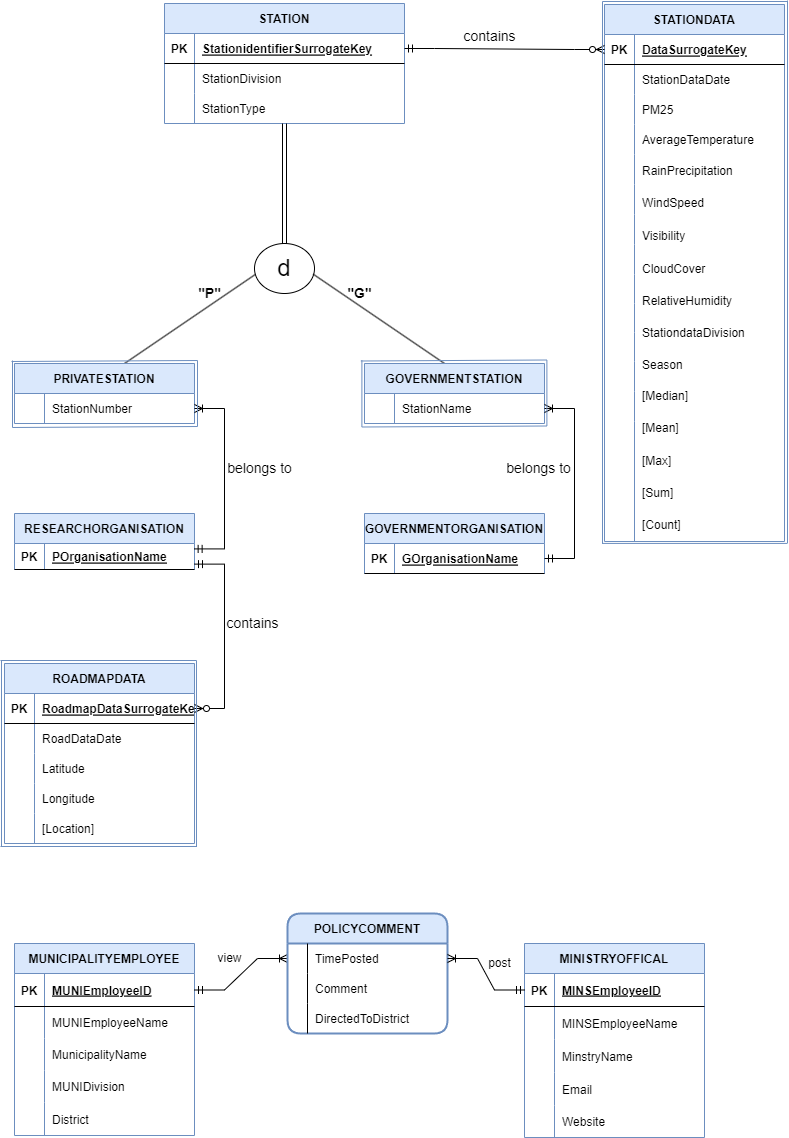
Above: ERDFinal.drawio.png in toushifhossain1/AirQualityMonitoringOfBangladesh (draw.io), before the change. Source tidied: cells renumbered, new cells last; positions are measured from the earlier drawing's top-left corner, leaving out a move shared by most shapes.
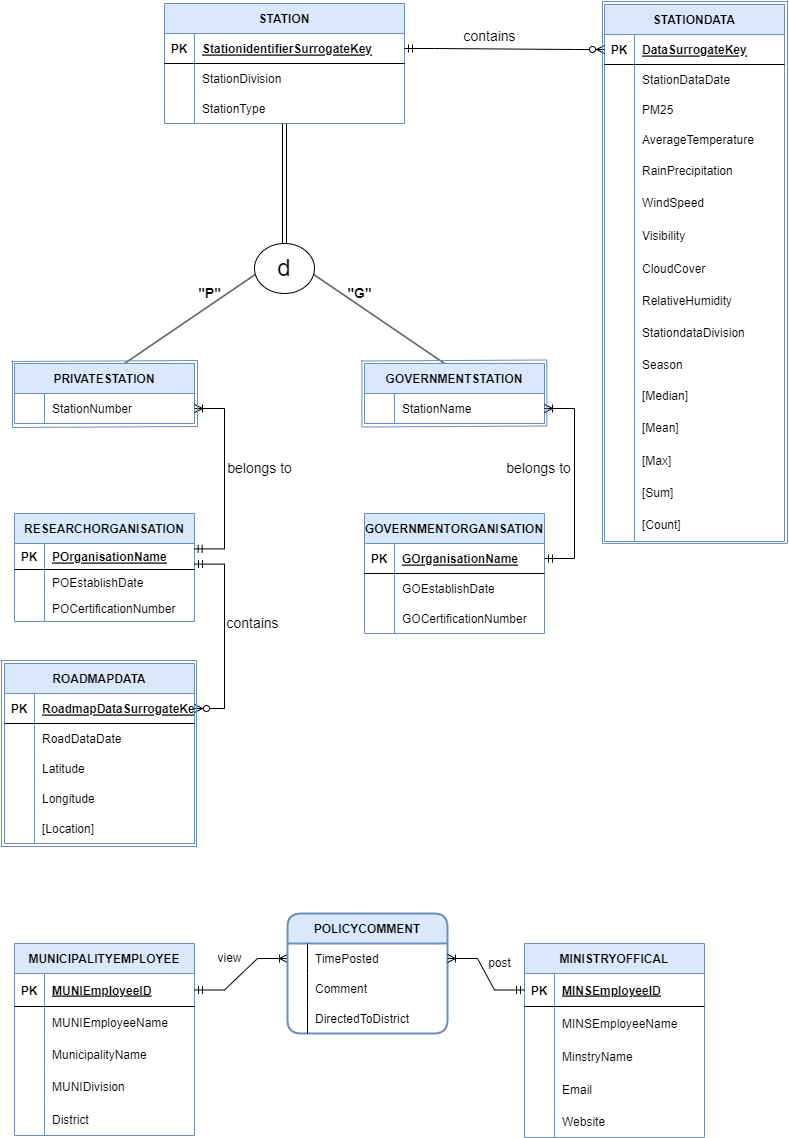
After the change.

The edit, as a diff of the source:
```diff
@@ -345,8 +345,8 @@
     <mxCell id="114" value="StationName" style="shape=partialRectangle;fillColor=none;top=0;left=0;bottom=0;right=0;align=left;spacingLeft=6;overflow=hidden;" parent="112" vertex="1">
       <mxGeometry x="30" width="150" height="30" as="geometry" />
     </mxCell>
-    <mxCell id="115" value="RESEARCHORGANISATION" style="shape=table;startSize=30;rowLines=0;fontStyle=1;align=center;fillColor=#DAE8FC;strokeColor=#6C8EBF;" parent="1" vertex="1">
-      <mxGeometry x="14" y="513" width="180" height="56" as="geometry" />
+    <mxCell id="115" value="RESEARCHORGANISATION" style="shape=table;startSize=30;rowLines=0;fontStyle=1;align=center;fillColor=#DAE8FC;strokeColor=#6C8EBF;swimlaneLine=1;" parent="1" vertex="1">
+      <mxGeometry x="14" y="513" width="180" height="108" as="geometry" />
     </mxCell>
     <mxCell id="116" style="shape=tableRow;horizontal=0;startSize=0;swimlaneHead=0;swimlaneBody=0;fillColor=none;points=[[0,0.5],[1,0.5]];portConstraint=eastwest;top=0;left=0;right=0;bottom=1;" parent="115" vertex="1">
       <mxGeometry y="30" width="180" height="26" as="geometry" />
@@ -357,6 +357,24 @@
     <mxCell id="118" value="POrganisationName" style="shape=partialRectangle;fillColor=none;top=0;left=0;bottom=0;right=0;align=left;spacingLeft=6;fontStyle=5;overflow=hidden;" parent="116" vertex="1">
       <mxGeometry x="30" width="150" height="26" as="geometry" />
     </mxCell>
+    <mxCell id="177" style="shape=tableRow;horizontal=0;startSize=0;swimlaneHead=0;swimlaneBody=0;fillColor=none;top=0;left=0;right=0;bottom=0;strokeColor=default;swimlaneLine=1;rounded=0;separatorColor=none;" parent="115" vertex="1">
+      <mxGeometry y="56" width="180" height="26" as="geometry" />
+    </mxCell>
+    <mxCell id="178" style="shape=partialRectangle;fillColor=none;top=0;left=0;bottom=0;right=0;fontStyle=1;overflow=hidden;strokeColor=default;" parent="177" vertex="1">
+      <mxGeometry width="30" height="26" as="geometry" />
+    </mxCell>
+    <mxCell id="179" value="POEstablishDate" style="shape=partialRectangle;fillColor=none;top=0;left=0;bottom=0;right=0;align=left;spacingLeft=6;fontStyle=0;overflow=hidden;strokeColor=none;" parent="177" vertex="1">
+      <mxGeometry x="30" width="150" height="26" as="geometry" />
+    </mxCell>
+    <mxCell id="180" style="shape=tableRow;horizontal=0;startSize=0;swimlaneHead=0;swimlaneBody=0;fillColor=none;top=0;left=0;right=0;bottom=0;strokeColor=default;swimlaneLine=1;rounded=0;separatorColor=none;" parent="115" vertex="1">
+      <mxGeometry y="82" width="180" height="26" as="geometry" />
+    </mxCell>
+    <mxCell id="181" style="shape=partialRectangle;fillColor=none;top=0;left=0;bottom=0;right=0;fontStyle=1;overflow=hidden;strokeColor=default;" parent="180" vertex="1">
+      <mxGeometry width="30" height="26" as="geometry" />
+    </mxCell>
+    <mxCell id="182" value="POCertificationNumber" style="shape=partialRectangle;fillColor=none;top=0;left=0;bottom=0;right=0;align=left;spacingLeft=6;fontStyle=0;overflow=hidden;strokeColor=none;" parent="180" vertex="1">
+      <mxGeometry x="30" width="150" height="26" as="geometry" />
+    </mxCell>
     <mxCell id="119" value="ROADMAPDATA" style="shape=table;startSize=30;rowLines=0;fontStyle=1;align=center;fillColor=#DAE8FC;strokeColor=#6C8EBF;" parent="1" vertex="1">
       <mxGeometry x="4" y="663" width="190" height="180" as="geometry" />
     </mxCell>
@@ -421,7 +439,7 @@
       <mxGeometry relative="1" as="geometry" />
     </mxCell>
     <mxCell id="140" value="GOVERNMENTORGANISATION" style="shape=table;startSize=30;rowLines=0;fontStyle=1;align=center;fillColor=#DAE8FC;strokeColor=#6C8EBF;" parent="1" vertex="1">
-      <mxGeometry x="364" y="513" width="180" height="60" as="geometry" />
+      <mxGeometry x="364" y="513" width="180" height="120" as="geometry" />
     </mxCell>
     <mxCell id="141" style="shape=tableRow;horizontal=0;startSize=0;swimlaneHead=0;swimlaneBody=0;fillColor=none;points=[[0,0.5],[1,0.5]];portConstraint=eastwest;top=0;left=0;right=0;bottom=1;" parent="140" vertex="1">
       <mxGeometry y="30" width="180" height="30" as="geometry" />
@@ -432,6 +450,24 @@
     <mxCell id="143" value="GOrganisationName" style="shape=partialRectangle;fillColor=none;top=0;left=0;bottom=0;right=0;align=left;spacingLeft=6;fontStyle=5;overflow=hidden;" parent="141" vertex="1">
       <mxGeometry x="30" width="150" height="30" as="geometry" />
     </mxCell>
+    <mxCell id="183" style="shape=tableRow;horizontal=0;startSize=0;swimlaneHead=0;swimlaneBody=0;fillColor=none;top=0;left=0;right=0;bottom=0;" parent="140" vertex="1">
+      <mxGeometry y="60" width="180" height="30" as="geometry" />
+    </mxCell>
+    <mxCell id="184" style="shape=partialRectangle;fillColor=none;top=0;left=0;bottom=0;right=0;fontStyle=1;overflow=hidden;" parent="183" vertex="1">
+      <mxGeometry width="30" height="30" as="geometry" />
+    </mxCell>
+    <mxCell id="185" value="GOEstablishDate" style="shape=partialRectangle;fillColor=none;top=0;left=0;bottom=0;right=0;align=left;spacingLeft=6;fontStyle=0;overflow=hidden;" parent="183" vertex="1">
+      <mxGeometry x="30" width="150" height="30" as="geometry" />
+    </mxCell>
+    <mxCell id="186" style="shape=tableRow;horizontal=0;startSize=0;swimlaneHead=0;swimlaneBody=0;fillColor=none;top=0;left=0;right=0;bottom=0;" parent="140" vertex="1">
+      <mxGeometry y="90" width="180" height="30" as="geometry" />
+    </mxCell>
+    <mxCell id="187" style="shape=partialRectangle;fillColor=none;top=0;left=0;bottom=0;right=0;fontStyle=1;overflow=hidden;" parent="186" vertex="1">
+      <mxGeometry width="30" height="30" as="geometry" />
+    </mxCell>
+    <mxCell id="188" value="GOCertificationNumber" style="shape=partialRectangle;fillColor=none;top=0;left=0;bottom=0;right=0;align=left;spacingLeft=6;fontStyle=0;overflow=hidden;" parent="186" vertex="1">
+      <mxGeometry x="30" width="150" height="30" as="geometry" />
+    </mxCell>
     <mxCell id="144" style="edgeStyle=entityRelationEdgeStyle;fontSize=12;html=1;endArrow=ERoneToMany;startArrow=ERmandOne;rounded=0;entryX=1;entryY=0.5;entryDx=0;entryDy=0;" parent="1" edge="1" source="141" target="112">
       <mxGeometry relative="1" as="geometry" />
     </mxCell>
```
